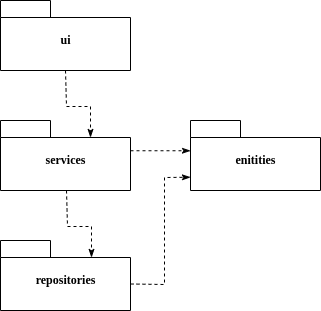
Above: housediary/dokumentaatio/kuvat/pakkausrakenne.png in RGH84/ot-harkkatyo (draw.io), before the change. Source tidied: cells renumbered, new cells last; positions are measured from the earlier drawing's top-left corner, leaving out a move shared by most shapes.
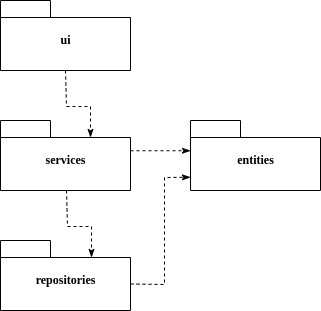
The same diagram one commit later.

Diff of the diagram source:
```diff
@@ -23,7 +23,7 @@
     <mxCell id="8" style="group;" parent="1" vertex="1">
       <mxGeometry x="190" y="120" width="130" height="70" as="geometry" />
     </mxCell>
-    <mxCell id="9" value="&lt;font style=&quot;font-size: 12px;&quot;&gt;enitities&lt;/font&gt;" style="shape=folder;fontStyle=1;spacingTop=10;tabWidth=50;tabHeight=17;tabPosition=left;html=1;rounded=0;shadow=0;comic=0;labelBackgroundColor=none;strokeWidth=1;fontFamily=Verdana;fontSize=10;align=center;" parent="8" vertex="1">
+    <mxCell id="9" value="&lt;font style=&quot;font-size: 12px;&quot;&gt;entities&lt;/font&gt;" style="shape=folder;fontStyle=1;spacingTop=10;tabWidth=50;tabHeight=17;tabPosition=left;html=1;rounded=0;shadow=0;comic=0;labelBackgroundColor=none;strokeWidth=1;fontFamily=Verdana;fontSize=10;align=center;" parent="8" vertex="1">
       <mxGeometry width="130" height="70" as="geometry" />
     </mxCell>
     <mxCell id="10" style="endArrow=classicThin;dashed=1;html=1;rounded=0;endFill=1;exitX=0.5;exitY=1;exitDx=0;exitDy=0;exitPerimeter=0;entryX=0;entryY=0;entryDx=90;entryDy=17;entryPerimeter=0;" parent="1" edge="1" source="3" target="7">
```
